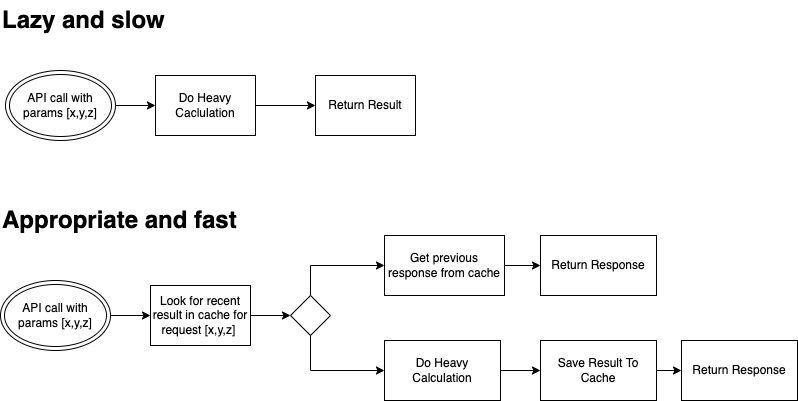
Earlier version of the draw.io export rest_cache/cahcegraph.png (artturipa/myblog). Source tidied: cells renumbered, new cells last; positions are measured from the earlier drawing's top-left corner, leaving out a move shared by most shapes.
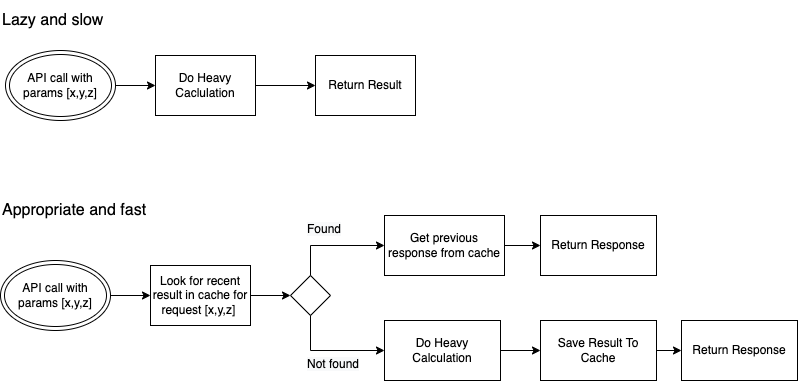
The same diagram one commit later.

What changed in the source:
```diff
@@ -72,11 +72,17 @@
     <mxCell id="21" style="endArrow=classic;html=1;rounded=0;exitX=1;exitY=0.5;exitDx=0;exitDy=0;entryX=0;entryY=0.5;entryDx=0;entryDy=0;" parent="1" edge="1" source="9" target="2">
       <mxGeometry relative="1" as="geometry" />
     </mxCell>
-    <mxCell id="22" value="Lazy and slow" style="text;strokeColor=none;fillColor=none;html=1;fontSize=24;fontStyle=1;verticalAlign=middle;align=left;" parent="1" vertex="1">
-      <mxGeometry width="240" height="40" as="geometry" />
+    <mxCell id="22" value="Lazy and slow" style="text;strokeColor=none;fillColor=none;html=1;fontSize=16;fontStyle=0;verticalAlign=middle;align=left;" parent="1" vertex="1">
+      <mxGeometry y="20" width="240" height="40" as="geometry" />
     </mxCell>
-    <mxCell id="23" value="Appropriate and fast" style="text;strokeColor=none;fillColor=none;html=1;fontSize=24;fontStyle=1;verticalAlign=middle;align=left;" parent="1" vertex="1">
-      <mxGeometry y="200" width="240" height="40" as="geometry" />
+    <mxCell id="23" value="Appropriate and fast" style="text;strokeColor=none;fillColor=none;html=1;fontSize=16;fontStyle=0;verticalAlign=middle;align=left;" parent="1" vertex="1">
+      <mxGeometry y="210" width="240" height="40" as="geometry" />
     </mxCell>
+    <mxCell id="24" value="&lt;span style=&quot;color: rgb(0 , 0 , 0) ; font-family: &amp;#34;helvetica&amp;#34; ; font-size: 12px ; font-style: normal ; font-weight: 400 ; letter-spacing: normal ; text-align: center ; text-indent: 0px ; text-transform: none ; word-spacing: 0px ; background-color: rgb(248 , 249 , 250) ; display: inline ; float: none&quot;&gt;Found&lt;/span&gt;" style="text;whiteSpace=wrap;html=1;" parent="1" vertex="1">
+      <mxGeometry x="305" y="235" width="60" height="30" as="geometry" />
+    </mxCell>
+    <mxCell id="25" value="&lt;span style=&quot;color: rgb(0 , 0 , 0) ; font-family: &amp;#34;helvetica&amp;#34; ; font-size: 12px ; font-style: normal ; font-weight: 400 ; letter-spacing: normal ; text-align: center ; text-indent: 0px ; text-transform: none ; word-spacing: 0px ; background-color: rgb(248 , 249 , 250) ; display: inline ; float: none&quot;&gt;Not found&lt;/span&gt;" style="text;whiteSpace=wrap;html=1;" parent="1" vertex="1">
+      <mxGeometry x="305" y="370" width="60" height="30" as="geometry" />
+    </mxCell>
   </root>
 </mxGraphModel>
```
